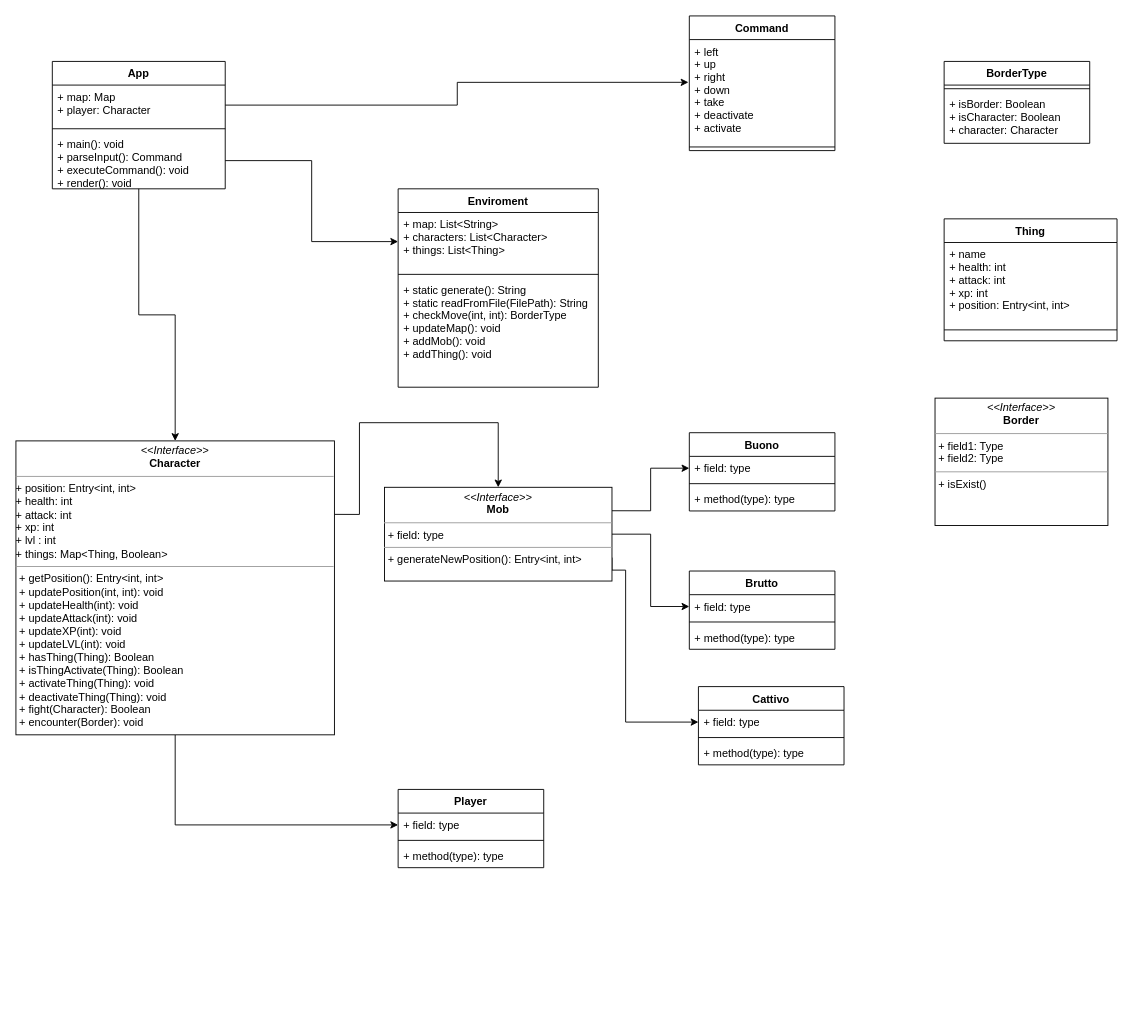
RAF96/au-2019-Roguelike keeps this draw.io diagram as docs/src/classDiagram.drawio. Above is the earlier version. Source tidied: cells renumbered, new cells numbered last; positions are measured from the earlier drawing's top-left corner, leaving out a move shared by most shapes. Both pictures are drawn from the tidied source at 91%, with x=0, y=0 at pixel (15, 15).
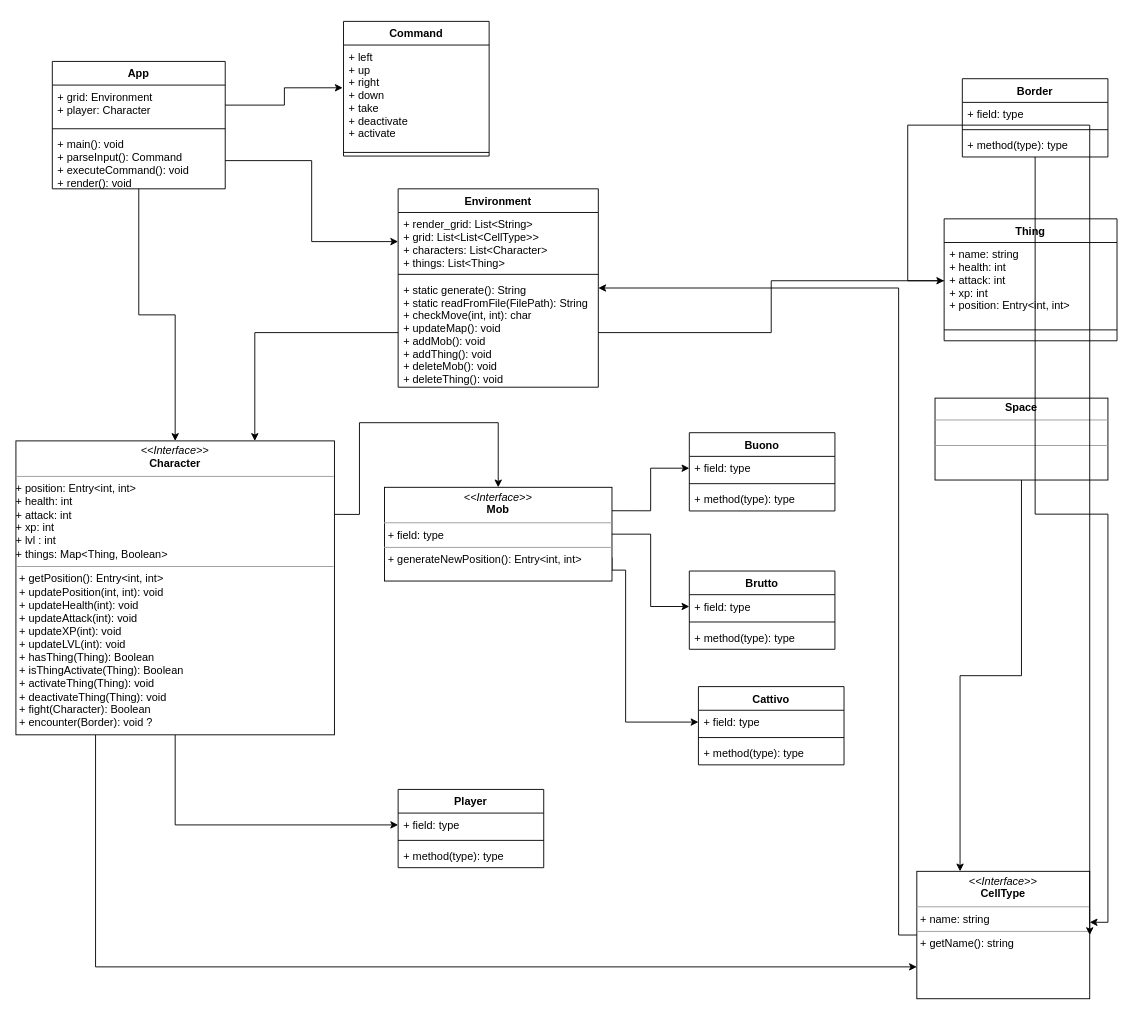
After the change.

Commit message (it also covers changes not shown here):
[raf96] change class diagram, add CellType

The change refers to these unchanged cells:
```xml
<mxCell id="7" value="App" style="swimlane;fontStyle=1;align=center;verticalAlign=top;horizontal=1;startSize=26;" parent="1" vertex="1">
  <mxGeometry x="40" y="50" width="190" height="140" as="geometry" />
</mxCell>
<mxCell id="42" value="Thing" style="swimlane;fontStyle=1;align=center;verticalAlign=top;horizontal=1;startSize=26;" parent="1" vertex="1">
  <mxGeometry x="1020" y="223" width="190" height="134" as="geometry" />
</mxCell>
```

The edit, as a diff of the source:
```diff
@@
-    <mxCell id="8" value="+ map: Map&#10;+ player: Character&#10;" style="text;strokeColor=none;fillColor=none;align=left;verticalAlign=top;spacingLeft=4;spacingRight=4;overflow=hidden;points=[[0,0.5],[1,0.5]];portConstraint=eastwest;" parent="7" vertex="1">
+    <mxCell id="8" value="+ grid: Environment&#10;+ player: Character&#10;" style="text;strokeColor=none;fillColor=none;align=left;verticalAlign=top;spacingLeft=4;spacingRight=4;overflow=hidden;points=[[0,0.5],[1,0.5]];portConstraint=eastwest;" parent="7" vertex="1">
       <mxGeometry y="26" width="190" height="44" as="geometry" />
     </mxCell>
@@
-    <mxCell id="11" value="Enviroment" style="swimlane;fontStyle=1;align=center;verticalAlign=top;horizontal=1;startSize=26;" parent="1" vertex="1">
+    <mxCell id="11" value="Environment" style="swimlane;fontStyle=1;align=center;verticalAlign=top;horizontal=1;startSize=26;" parent="1" vertex="1">
       <mxGeometry x="420" y="190" width="220" height="218" as="geometry" />
     </mxCell>
-    <mxCell id="12" value="+ map: List&lt;String&gt;&#10;+ characters: List&lt;Character&gt;&#10;+ things: List&lt;Thing&gt;&#10;" style="text;strokeColor=none;fillColor=none;align=left;verticalAlign=top;spacingLeft=4;spacingRight=4;overflow=hidden;points=[[0,0.5],[1,0.5]];portConstraint=eastwest;" parent="11" vertex="1">
+    <mxCell id="12" value="+ render_grid: List&lt;String&gt;&#10;+ grid: List&lt;List&lt;CellType&gt;&gt;&#10;+ characters: List&lt;Character&gt;&#10;+ things: List&lt;Thing&gt;&#10;" style="text;strokeColor=none;fillColor=none;align=left;verticalAlign=top;spacingLeft=4;spacingRight=4;overflow=hidden;points=[[0,0.5],[1,0.5]];portConstraint=eastwest;" parent="11" vertex="1">
       <mxGeometry y="26" width="220" height="64" as="geometry" />
     </mxCell>
@@
-    <mxCell id="14" value="+ static generate(): String&#10;+ static readFromFile(FilePath): String&#10;+ checkMove(int, int): BorderType&#10;+ updateMap(): void&#10;+ addMob(): void&#10;+ addThing(): void&#10;" style="text;strokeColor=none;fillColor=none;align=left;verticalAlign=top;spacingLeft=4;spacingRight=4;overflow=hidden;points=[[0,0.5],[1,0.5]];portConstraint=eastwest;" parent="11" vertex="1">
+    <mxCell id="14" value="+ static generate(): String&#10;+ static readFromFile(FilePath): String&#10;+ checkMove(int, int): char&#10;+ updateMap(): void&#10;+ addMob(): void&#10;+ addThing(): void&#10;+ deleteMob(): void&#10;+ deleteThing(): void&#10;" style="text;strokeColor=none;fillColor=none;align=left;verticalAlign=top;spacingLeft=4;spacingRight=4;overflow=hidden;points=[[0,0.5],[1,0.5]];portConstraint=eastwest;" parent="11" vertex="1">
       <mxGeometry y="98" width="220" height="120" as="geometry" />
     </mxCell>
@@
+    <mxCell id="46" style="edgeStyle=orthogonalEdgeStyle;rounded=0;jettySize=auto;html=1;exitX=0.25;exitY=1;exitDx=0;exitDy=0;entryX=0;entryY=0.75;entryDx=0;entryDy=0;" parent="1" edge="1" source="17" target="51">
+      <mxGeometry relative="1" as="geometry" />
+    </mxCell>
-    <mxCell id="17" value="&lt;p style=&quot;margin: 0px ; margin-top: 4px ; text-align: center&quot;&gt;&lt;i&gt;&amp;lt;&amp;lt;Interface&amp;gt;&amp;gt;&lt;/i&gt;&lt;br&gt;&lt;b&gt;Character&lt;/b&gt;&lt;/p&gt;&lt;hr size=&quot;1&quot;&gt;&lt;div&gt;+ position: Entry&amp;lt;int, int&amp;gt;&lt;/div&gt;&lt;div&gt;+ health: int&lt;/div&gt;&lt;div&gt;+ attack: int&lt;br&gt;&lt;/div&gt;&lt;div&gt;+ xp: int&lt;/div&gt;&lt;div&gt;+ lvl : int&lt;/div&gt;&lt;div&gt;+ things: Map&amp;lt;Thing, Boolean&amp;gt;&lt;/div&gt;&lt;hr size=&quot;1&quot;&gt;&lt;p style=&quot;margin: 0px ; margin-left: 4px&quot;&gt;+ getPosition(): Entry&amp;lt;int, int&amp;gt;&lt;br&gt;&lt;/p&gt;&lt;p style=&quot;margin: 0px ; margin-left: 4px&quot;&gt;+ updatePosition(int, int): void&lt;/p&gt;&lt;p style=&quot;margin: 0px ; margin-left: 4px&quot;&gt;+ updateHealth(int): void&lt;/p&gt;&lt;p style=&quot;margin: 0px ; margin-left: 4px&quot;&gt;+ updateAttack(int): void&lt;/p&gt;&lt;p style=&quot;margin: 0px ; margin-left: 4px&quot;&gt;+ updateXP(int): void&lt;/p&gt;&lt;p style=&quot;margin: 0px ; margin-left: 4px&quot;&gt;+ updateLVL(int): void&lt;/p&gt;&lt;p style=&quot;margin: 0px ; margin-left: 4px&quot;&gt;+ hasThing(Thing): Boolean&lt;/p&gt;&lt;p style=&quot;margin: 0px ; margin-left: 4px&quot;&gt;+ isThingActivate(Thing): Boolean&lt;/p&gt;&lt;p style=&quot;margin: 0px ; margin-left: 4px&quot;&gt;+ activateThing(Thing): void&lt;/p&gt;&lt;p style=&quot;margin: 0px ; margin-left: 4px&quot;&gt;+ deactivateThing(Thing): void&lt;br&gt;&lt;/p&gt;&lt;p style=&quot;margin: 0px ; margin-left: 4px&quot;&gt;+ fight(Character): Boolean&lt;br&gt;&lt;/p&gt;&lt;p style=&quot;margin: 0px ; margin-left: 4px&quot;&gt;+ encounter(Border): void&lt;/p&gt;&lt;p style=&quot;margin: 0px ; margin-left: 4px&quot;&gt;&lt;br&gt;&lt;/p&gt;" style="verticalAlign=top;align=left;overflow=fill;fontSize=12;fontFamily=Helvetica;html=1;" parent="1" vertex="1">
+    <mxCell id="17" value="&lt;p style=&quot;margin: 0px ; margin-top: 4px ; text-align: center&quot;&gt;&lt;i&gt;&amp;lt;&amp;lt;Interface&amp;gt;&amp;gt;&lt;/i&gt;&lt;br&gt;&lt;b&gt;Character&lt;/b&gt;&lt;/p&gt;&lt;hr size=&quot;1&quot;&gt;&lt;div&gt;+ position: Entry&amp;lt;int, int&amp;gt;&lt;/div&gt;&lt;div&gt;+ health: int&lt;/div&gt;&lt;div&gt;+ attack: int&lt;br&gt;&lt;/div&gt;&lt;div&gt;+ xp: int&lt;/div&gt;&lt;div&gt;+ lvl : int&lt;/div&gt;&lt;div&gt;+ things: Map&amp;lt;Thing, Boolean&amp;gt;&lt;/div&gt;&lt;hr size=&quot;1&quot;&gt;&lt;p style=&quot;margin: 0px ; margin-left: 4px&quot;&gt;+ getPosition(): Entry&amp;lt;int, int&amp;gt;&lt;br&gt;&lt;/p&gt;&lt;p style=&quot;margin: 0px ; margin-left: 4px&quot;&gt;+ updatePosition(int, int): void&lt;/p&gt;&lt;p style=&quot;margin: 0px ; margin-left: 4px&quot;&gt;+ updateHealth(int): void&lt;/p&gt;&lt;p style=&quot;margin: 0px ; margin-left: 4px&quot;&gt;+ updateAttack(int): void&lt;/p&gt;&lt;p style=&quot;margin: 0px ; margin-left: 4px&quot;&gt;+ updateXP(int): void&lt;/p&gt;&lt;p style=&quot;margin: 0px ; margin-left: 4px&quot;&gt;+ updateLVL(int): void&lt;/p&gt;&lt;p style=&quot;margin: 0px ; margin-left: 4px&quot;&gt;+ hasThing(Thing): Boolean&lt;/p&gt;&lt;p style=&quot;margin: 0px ; margin-left: 4px&quot;&gt;+ isThingActivate(Thing): Boolean&lt;/p&gt;&lt;p style=&quot;margin: 0px ; margin-left: 4px&quot;&gt;+ activateThing(Thing): void&lt;/p&gt;&lt;p style=&quot;margin: 0px ; margin-left: 4px&quot;&gt;+ deactivateThing(Thing): void&lt;br&gt;&lt;/p&gt;&lt;p style=&quot;margin: 0px ; margin-left: 4px&quot;&gt;+ fight(Character): Boolean&lt;br&gt;&lt;/p&gt;&lt;p style=&quot;margin: 0px ; margin-left: 4px&quot;&gt;+ encounter(Border): void ?&lt;/p&gt;&lt;p style=&quot;margin: 0px ; margin-left: 4px&quot;&gt;&lt;br&gt;&lt;/p&gt;" style="verticalAlign=top;align=left;overflow=fill;fontSize=12;fontFamily=Helvetica;html=1;" parent="1" vertex="1">
       <mxGeometry y="467" width="350" height="323" as="geometry" />
     </mxCell>
     <mxCell id="18" value="Command" style="swimlane;fontStyle=1;align=center;verticalAlign=top;horizontal=1;startSize=26;" parent="1" vertex="1">
-      <mxGeometry x="740" width="160" height="148" as="geometry" />
+      <mxGeometry x="360" y="6" width="160" height="148" as="geometry" />
     </mxCell>
@@
-    <mxCell id="39" value="BorderType" style="swimlane;fontStyle=1;align=center;verticalAlign=top;horizontal=1;startSize=26;" parent="1" vertex="1">
-      <mxGeometry x="1020" y="50" width="160" height="90" as="geometry" />
-    </mxCell>
-    <mxCell id="40" style="line;strokeWidth=1;fillColor=none;align=left;verticalAlign=middle;spacingTop=-1;spacingLeft=3;spacingRight=3;labelPosition=right;" parent="39" vertex="1">
-      <mxGeometry y="26" width="160" height="8" as="geometry" />
-    </mxCell>
-    <mxCell id="41" value="+ isBorder: Boolean&#10;+ isCharacter: Boolean&#10;+ character: Character&#10;" style="text;strokeColor=none;fillColor=none;align=left;verticalAlign=top;spacingLeft=4;spacingRight=4;overflow=hidden;" parent="39" vertex="1">
-      <mxGeometry y="34" width="160" height="56" as="geometry" />
-    </mxCell>
@@
-    <mxCell id="43" value="+ name&#10;+ health: int&#10;+ attack: int&#10;+ xp: int&#10;+ position: Entry&lt;int, int&gt;" style="text;strokeColor=none;fillColor=none;align=left;verticalAlign=top;spacingLeft=4;spacingRight=4;overflow=hidden;points=[[0,0.5],[1,0.5]];portConstraint=eastwest;" parent="42" vertex="1">
+    <mxCell id="43" value="+ name: string&#10;+ health: int&#10;+ attack: int&#10;+ xp: int&#10;+ position: Entry&lt;int, int&gt;" style="text;strokeColor=none;fillColor=none;align=left;verticalAlign=top;spacingLeft=4;spacingRight=4;overflow=hidden;points=[[0,0.5],[1,0.5]];portConstraint=eastwest;" parent="42" vertex="1">
       <mxGeometry y="26" width="190" height="84" as="geometry" />
     </mxCell>
@@
+    <mxCell id="47" style="edgeStyle=orthogonalEdgeStyle;rounded=0;jettySize=auto;html=1;entryX=0.25;entryY=0;entryDx=0;entryDy=0;" parent="1" edge="1" source="45" target="51">
+      <mxGeometry relative="1" as="geometry" />
+    </mxCell>
-    <mxCell id="45" value="&lt;p style=&quot;margin: 0px ; margin-top: 4px ; text-align: center&quot;&gt;&lt;i&gt;&amp;lt;&amp;lt;Interface&amp;gt;&amp;gt;&lt;/i&gt;&lt;br&gt;&lt;b&gt;Border&lt;/b&gt;&lt;/p&gt;&lt;hr size=&quot;1&quot;&gt;&lt;p style=&quot;margin: 0px ; margin-left: 4px&quot;&gt;+ field1: Type&lt;br&gt;+ field2: Type&lt;/p&gt;&lt;hr size=&quot;1&quot;&gt;&lt;p style=&quot;margin: 0px ; margin-left: 4px&quot;&gt;+ isExist()&lt;/p&gt;" style="verticalAlign=top;align=left;overflow=fill;fontSize=12;fontFamily=Helvetica;html=1;" parent="1" vertex="1">
-      <mxGeometry x="1010" y="420" width="190" height="140" as="geometry" />
+    <mxCell id="45" value="&lt;p style=&quot;margin: 0px ; margin-top: 4px ; text-align: center&quot;&gt;&lt;b&gt;Space&lt;/b&gt;&lt;/p&gt;&lt;hr size=&quot;1&quot;&gt;&lt;p style=&quot;margin: 0px ; margin-left: 4px&quot;&gt;&lt;br&gt;&lt;/p&gt;&lt;hr size=&quot;1&quot;&gt;&lt;p style=&quot;margin: 0px ; margin-left: 4px&quot;&gt;&lt;br&gt;&lt;/p&gt;" style="verticalAlign=top;align=left;overflow=fill;fontSize=12;fontFamily=Helvetica;html=1;" parent="1" vertex="1">
+      <mxGeometry x="1010" y="420" width="190" height="90" as="geometry" />
     </mxCell>
+    <mxCell id="48" style="edgeStyle=orthogonalEdgeStyle;rounded=0;jettySize=auto;html=1;exitX=0;exitY=0.5;exitDx=0;exitDy=0;entryX=0.75;entryY=0;entryDx=0;entryDy=0;" parent="1" edge="1" source="14" target="17">
+      <mxGeometry relative="1" as="geometry" />
+    </mxCell>
+    <mxCell id="49" style="edgeStyle=orthogonalEdgeStyle;rounded=0;jettySize=auto;html=1;exitX=1;exitY=0.5;exitDx=0;exitDy=0;entryX=0;entryY=0.5;entryDx=0;entryDy=0;" parent="1" edge="1" source="14" target="43">
+      <mxGeometry relative="1" as="geometry" />
+    </mxCell>
+    <mxCell id="50" style="edgeStyle=orthogonalEdgeStyle;rounded=0;jettySize=auto;html=1;" parent="1" edge="1" source="51" target="11">
+      <mxGeometry relative="1" as="geometry">
+        <Array as="points">
+          <mxPoint x="970" y="1010" />
+          <mxPoint x="970" y="299" />
+        </Array>
+      </mxGeometry>
+    </mxCell>
+    <mxCell id="51" value="&lt;p style=&quot;margin: 0px ; margin-top: 4px ; text-align: center&quot;&gt;&lt;i&gt;&amp;lt;&amp;lt;Interface&amp;gt;&amp;gt;&lt;/i&gt;&lt;br&gt;&lt;b&gt;CellType&lt;/b&gt;&lt;/p&gt;&lt;hr size=&quot;1&quot;&gt;&lt;p style=&quot;margin: 0px ; margin-left: 4px&quot;&gt;+ name: string&lt;/p&gt;&lt;hr size=&quot;1&quot;&gt;&lt;p style=&quot;margin: 0px ; margin-left: 4px&quot;&gt;+ getName(): string&lt;/p&gt;" style="verticalAlign=top;align=left;overflow=fill;fontSize=12;fontFamily=Helvetica;html=1;" parent="1" vertex="1">
+      <mxGeometry x="990" y="940" width="190" height="140" as="geometry" />
+    </mxCell>
+    <mxCell id="52" style="edgeStyle=orthogonalEdgeStyle;rounded=0;jettySize=auto;html=1;entryX=1;entryY=0.5;entryDx=0;entryDy=0;" parent="1" edge="1" source="43" target="51">
+      <mxGeometry relative="1" as="geometry">
+        <Array as="points">
+          <mxPoint x="980" y="291" />
+          <mxPoint x="980" y="120" />
+        </Array>
+      </mxGeometry>
+    </mxCell>
+    <mxCell id="53" style="edgeStyle=orthogonalEdgeStyle;rounded=0;jettySize=auto;html=1;entryX=1;entryY=0.4;entryDx=0;entryDy=0;entryPerimeter=0;" parent="1" edge="1" source="54" target="51">
+      <mxGeometry relative="1" as="geometry" />
+    </mxCell>
+    <mxCell id="54" value="Border" style="swimlane;fontStyle=1;align=center;verticalAlign=top;horizontal=1;startSize=26;" parent="1" vertex="1">
+      <mxGeometry x="1040" y="69" width="160" height="86" as="geometry" />
+    </mxCell>
+    <mxCell id="55" value="+ field: type" style="text;strokeColor=none;fillColor=none;align=left;verticalAlign=top;spacingLeft=4;spacingRight=4;overflow=hidden;" parent="54" vertex="1">
+      <mxGeometry y="26" width="160" height="26" as="geometry" />
+    </mxCell>
+    <mxCell id="56" style="line;strokeWidth=1;fillColor=none;align=left;verticalAlign=middle;spacingTop=-1;spacingLeft=3;spacingRight=3;labelPosition=right;" parent="54" vertex="1">
+      <mxGeometry y="52" width="160" height="8" as="geometry" />
+    </mxCell>
+    <mxCell id="57" value="+ method(type): type" style="text;strokeColor=none;fillColor=none;align=left;verticalAlign=top;spacingLeft=4;spacingRight=4;overflow=hidden;" parent="54" vertex="1">
+      <mxGeometry y="60" width="160" height="26" as="geometry" />
+    </mxCell>
```
